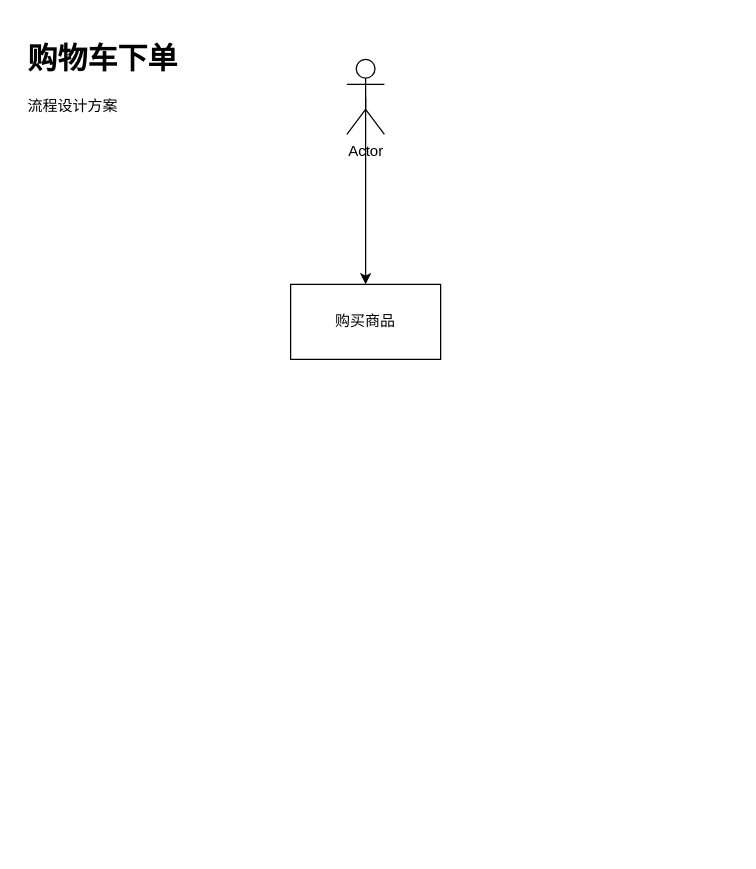
Before: space1/工作草图.drawio in naccoit/drawio, a draw.io diagram. Source tidied: cells renumbered, new cells numbered last; positions are measured from the earlier drawing's top-left corner, leaving out a move shared by most shapes. Both pictures are drawn from the tidied source at 125%, with x=0, y=0 at pixel (21, 34).
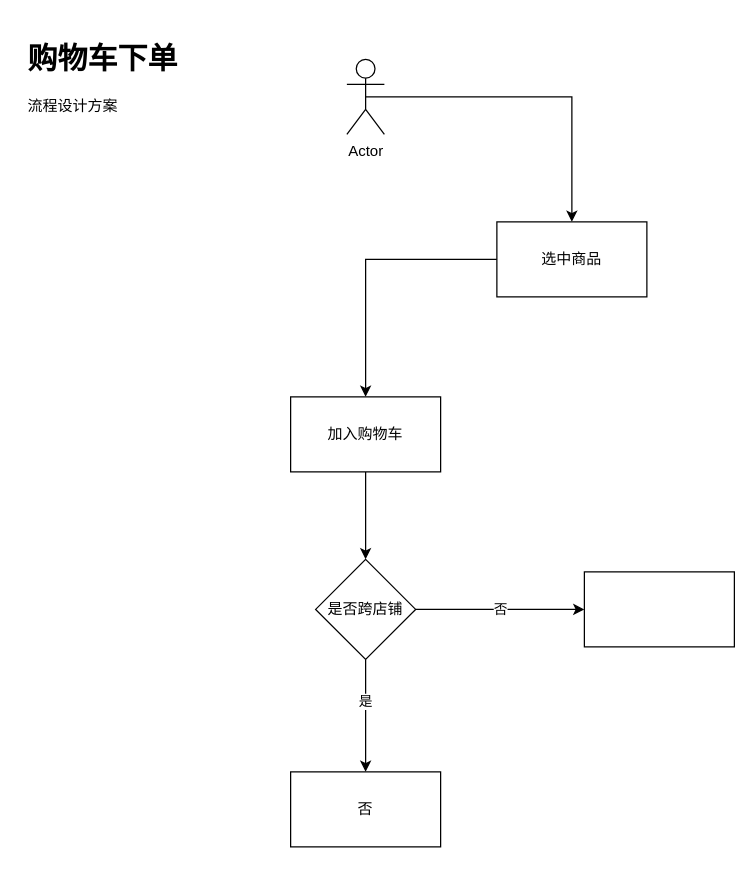
After the change.

Commit message (it also covers changes not shown here):
更新工作草图.drawio

The edit, as a diff of the source:
```diff
@@
 <mxGraphModel>
   <root>
     <mxCell id="0" />
     <mxCell id="1" parent="0" />
     <mxCell id="2" value="&lt;h1&gt;购物车下单&lt;/h1&gt;&lt;div&gt;流程设计方案&lt;/div&gt;" style="text;html=1;strokeColor=none;fillColor=none;spacing=5;spacingTop=-20;whiteSpace=wrap;overflow=hidden;rounded=0;" parent="1" vertex="1">
       <mxGeometry width="190" height="120" as="geometry" />
     </mxCell>
     <mxCell id="3" style="edgeStyle=orthogonalEdgeStyle;rounded=0;jettySize=auto;html=1;exitX=0.5;exitY=0.5;exitDx=0;exitDy=0;exitPerimeter=0;" parent="1" edge="1" source="4" target="5">
       <mxGeometry relative="1" as="geometry" />
     </mxCell>
     <mxCell id="4" value="Actor" style="shape=umlActor;verticalLabelPosition=bottom;verticalAlign=top;html=1;outlineConnect=0;" parent="1" vertex="1">
       <mxGeometry x="260" y="20" width="30" height="60" as="geometry" />
     </mxCell>
+    <mxCell id="6" style="edgeStyle=orthogonalEdgeStyle;rounded=0;jettySize=auto;html=1;" parent="1" edge="1" source="5" target="8">
+      <mxGeometry relative="1" as="geometry" />
+    </mxCell>
-    <mxCell id="5" value="购买商品" style="rounded=0;whiteSpace=wrap;html=1;" parent="1" vertex="1">
-      <mxGeometry x="215" y="200" width="120" height="60" as="geometry" />
+    <mxCell id="5" value="选中商品" style="rounded=0;whiteSpace=wrap;html=1;" parent="1" vertex="1">
+      <mxGeometry x="380" y="150" width="120" height="60" as="geometry" />
     </mxCell>
+    <mxCell id="7" style="edgeStyle=orthogonalEdgeStyle;rounded=0;jettySize=auto;html=1;" parent="1" edge="1" source="8" target="12">
+      <mxGeometry relative="1" as="geometry" />
+    </mxCell>
+    <mxCell id="8" value="加入购物车" style="whiteSpace=wrap;html=1;rounded=0;" parent="1" vertex="1">
+      <mxGeometry x="215" y="290" width="120" height="60" as="geometry" />
+    </mxCell>
+    <mxCell id="9" style="edgeStyle=orthogonalEdgeStyle;rounded=0;jettySize=auto;html=1;" parent="1" edge="1" source="12" target="13">
+      <mxGeometry relative="1" as="geometry" />
+    </mxCell>
+    <mxCell id="10" value="是" style="edgeLabel;html=1;align=center;verticalAlign=middle;" parent="9" vertex="1">
+      <mxGeometry x="-0.27" y="-1" relative="1" as="geometry" />
+    </mxCell>
+    <mxCell id="11" value="否" style="edgeStyle=orthogonalEdgeStyle;rounded=0;jettySize=auto;html=1;" parent="1" edge="1" source="12" target="14">
+      <mxGeometry relative="1" as="geometry" />
+    </mxCell>
+    <mxCell id="12" value="是否跨店铺" style="rhombus;whiteSpace=wrap;html=1;rounded=0;" parent="1" vertex="1">
+      <mxGeometry x="235" y="420" width="80" height="80" as="geometry" />
+    </mxCell>
+    <mxCell id="13" value="否" style="whiteSpace=wrap;html=1;rounded=0;" parent="1" vertex="1">
+      <mxGeometry x="215" y="590" width="120" height="60" as="geometry" />
+    </mxCell>
+    <mxCell id="14" style="whiteSpace=wrap;html=1;rounded=0;" parent="1" vertex="1">
+      <mxGeometry x="450" y="430" width="120" height="60" as="geometry" />
+    </mxCell>
   </root>
 </mxGraphModel>
```
